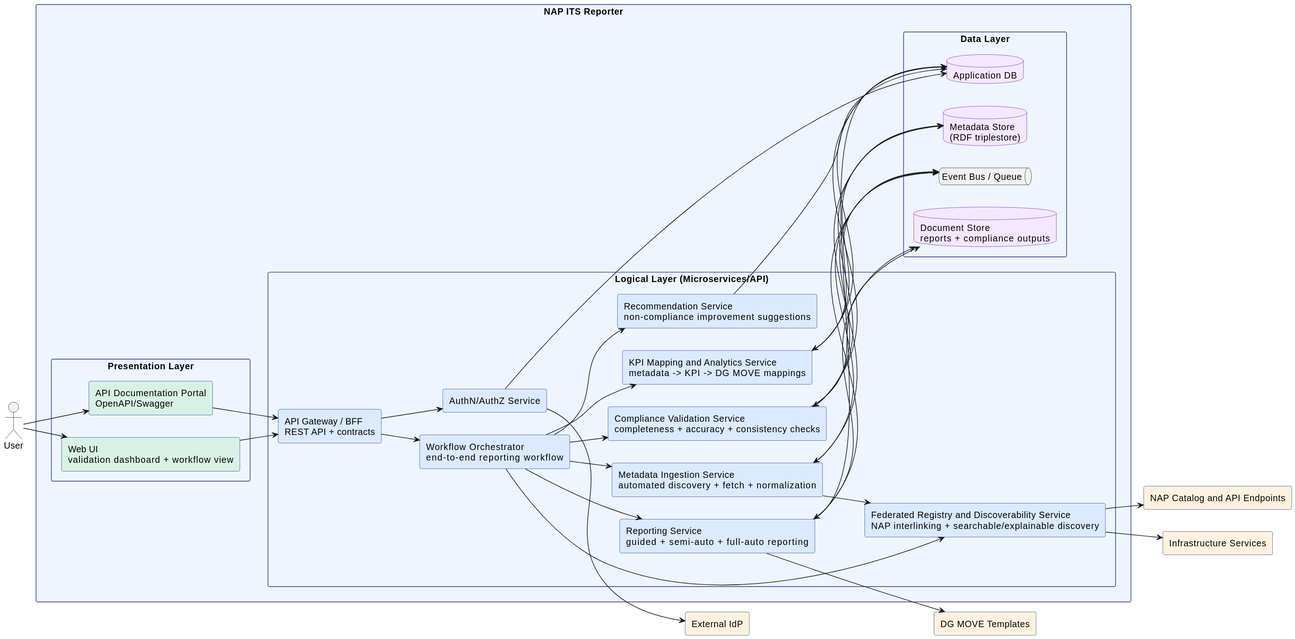
UM-KGPI/Napcore-ITS-Reporting keeps this PlantUML diagram as Napcore-ITS-Reporting/docs/architecture/svg/container.svg. Above is the earlier version.
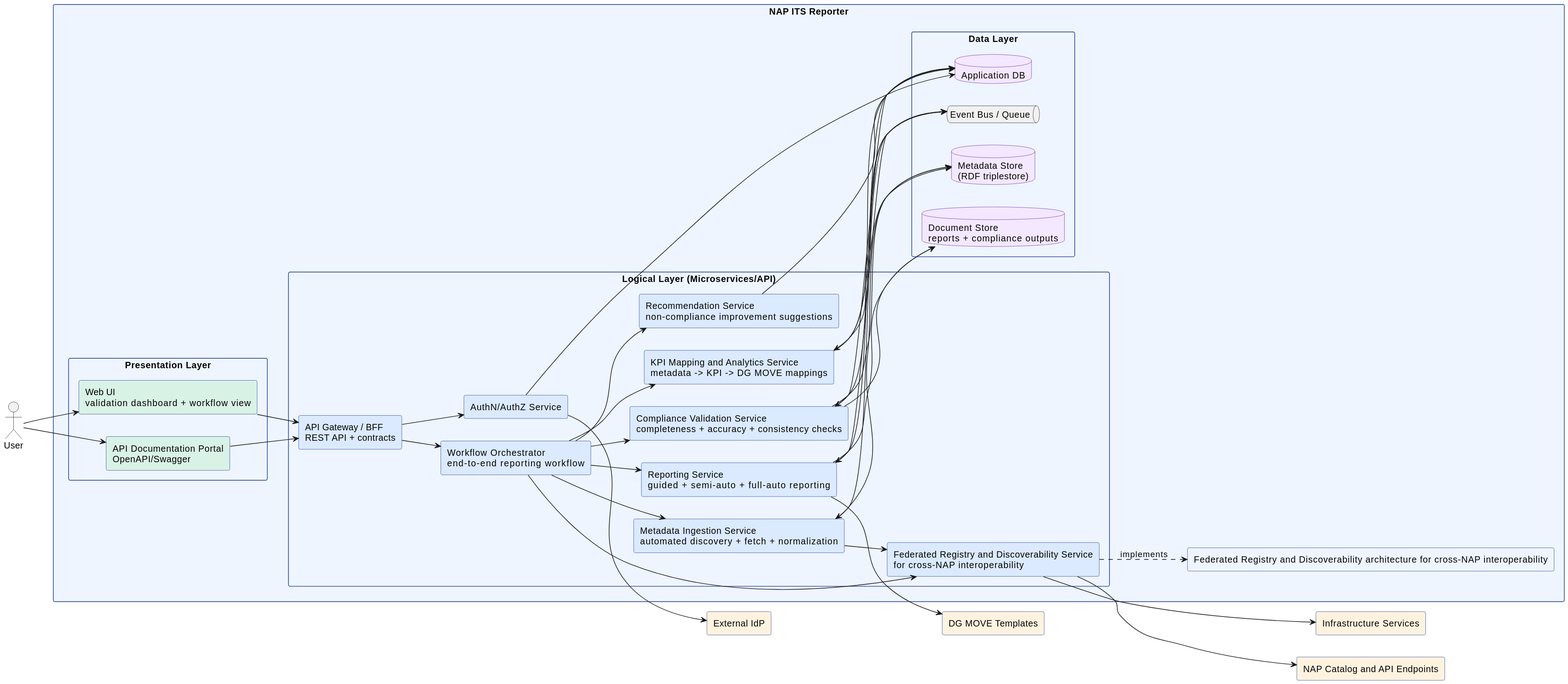
The same diagram one commit later.

Commit message:
Standardize Federated Registry and Discoverability term across C4 and API docs

Change to the diagram source:
```diff
@@ -16,6 +16,8 @@
 actor "User" as USER
 
 package "NAP ITS Reporter" {
+  rectangle "Federated Registry and Discoverability architecture for cross-NAP interoperability" as PATTERN #eef5ff
+
   package "Presentation Layer" {
     rectangle "Web UI\nvalidation dashboard + workflow view" as UI #d9f2e6
     rectangle "API Documentation Portal\nOpenAPI/Swagger" as APIDOC #d9f2e6
@@ -24,7 +26,7 @@
   package "Logical Layer (Microservices/API)" {
     rectangle "API Gateway / BFF\nREST API + contracts" as BFF #dbeafe
     rectangle "Metadata Ingestion Service\nautomated discovery + fetch + normalization" as ING #dbeafe
-    rectangle "Federated Registry and Discoverability Service\nNAP interlinking + searchable/explainable discovery" as REGDISC #dbeafe
+    rectangle "Federated Registry and Discoverability Service\nfor cross-NAP interoperability" as REGDISC #dbeafe
     rectangle "Compliance Validation Service\ncompleteness + accuracy + consistency checks" as VAL #dbeafe
     rectangle "KPI Mapping and Analytics Service\nmetadata -> KPI -> DG MOVE mappings" as KPI #dbeafe
     rectangle "Reporting Service\nguided + semi-auto + full-auto reporting" as REP #dbeafe
@@ -61,6 +63,7 @@
 WF --> REC
 
 ING --> REGDISC
+REGDISC ..> PATTERN : implements
 REGDISC --> NAP
 REGDISC --> INFRA
 ING --> META
```
